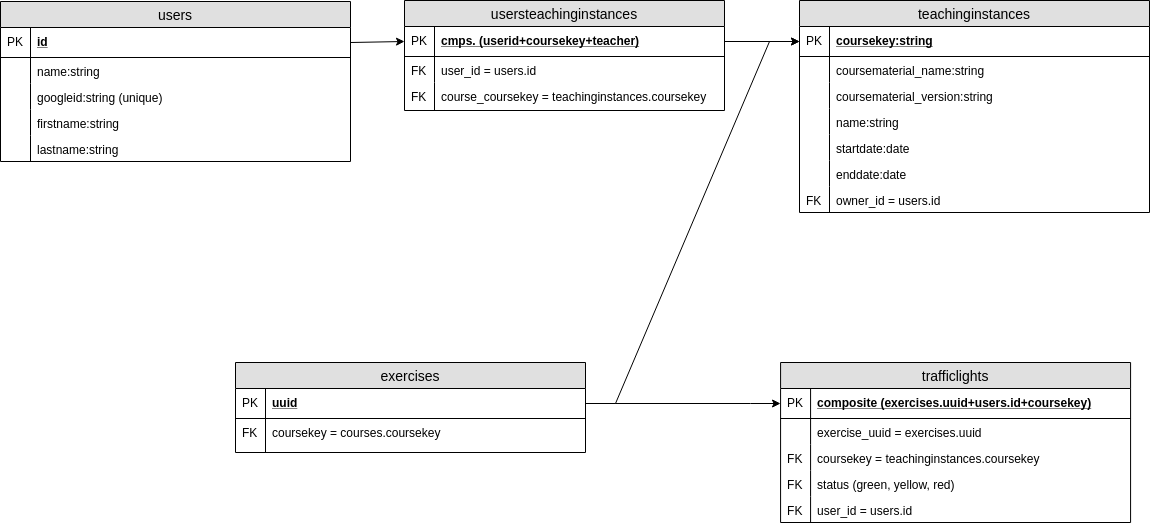
Before: readme_images/tietokanta.png, a diagram exported from draw.io (Matikkaprojekti/kisallioppiminen-backend). Source tidied: cells renumbered, new cells last; positions are measured from the earlier drawing's top-left corner, leaving out a move shared by most shapes.
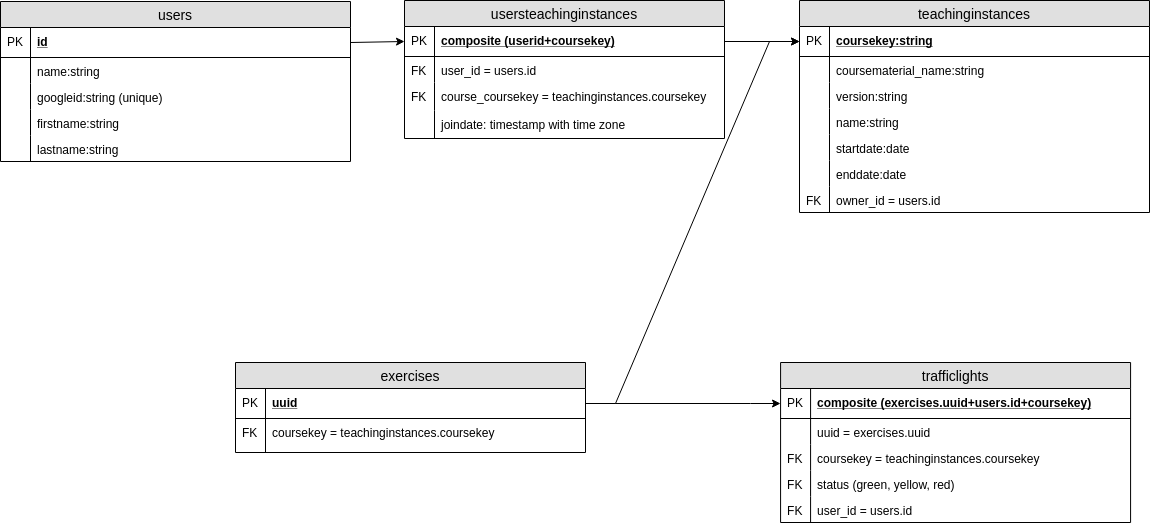
The same diagram one commit later.

What changed in the source:
```diff
@@ -17,7 +17,7 @@
     <mxCell id="6" style="shape=partialRectangle;top=0;left=0;bottom=0;fillColor=none;align=left;verticalAlign=top;spacingLeft=4;spacingRight=4;overflow=hidden;fontSize=12;" parent="5" vertex="1">
       <mxGeometry width="30" height="26" as="geometry" />
     </mxCell>
-    <mxCell id="7" value="coursematerial_version:string&#10;" style="shape=partialRectangle;top=0;left=0;right=0;bottom=0;align=left;verticalAlign=top;fillColor=none;spacingLeft=34;spacingRight=4;overflow=hidden;fontSize=12;" parent="2" vertex="1">
+    <mxCell id="7" value="version:string&#10;" style="shape=partialRectangle;top=0;left=0;right=0;bottom=0;align=left;verticalAlign=top;fillColor=none;spacingLeft=34;spacingRight=4;overflow=hidden;fontSize=12;" parent="2" vertex="1">
       <mxGeometry y="82" width="350" height="26" as="geometry" />
     </mxCell>
     <mxCell id="8" style="shape=partialRectangle;top=0;left=0;bottom=0;fillColor=none;align=left;verticalAlign=top;spacingLeft=4;spacingRight=4;overflow=hidden;fontSize=12;" parent="7" vertex="1">
@@ -56,7 +56,7 @@
     <mxCell id="19" value="PK" style="shape=partialRectangle;top=0;left=0;bottom=0;fillColor=none;align=left;verticalAlign=middle;spacingLeft=4;spacingRight=4;overflow=hidden;fontSize=12;" parent="18" vertex="1">
       <mxGeometry width="30" height="30" as="geometry" />
     </mxCell>
-    <mxCell id="20" value="exercise_uuid = exercises.uuid&#10;" style="shape=partialRectangle;top=0;left=0;right=0;bottom=0;align=left;verticalAlign=top;fillColor=none;spacingLeft=34;spacingRight=4;overflow=hidden;fontSize=12;" parent="17" vertex="1">
+    <mxCell id="20" value="uuid = exercises.uuid&#10;" style="shape=partialRectangle;top=0;left=0;right=0;bottom=0;align=left;verticalAlign=top;fillColor=none;spacingLeft=34;spacingRight=4;overflow=hidden;fontSize=12;" parent="17" vertex="1">
       <mxGeometry y="56" width="350" height="26" as="geometry" />
     </mxCell>
     <mxCell id="21" style="shape=partialRectangle;top=0;left=0;bottom=0;fillColor=none;align=left;verticalAlign=top;spacingLeft=4;spacingRight=4;overflow=hidden;fontSize=12;" parent="20" vertex="1">
@@ -114,9 +114,9 @@
       <mxGeometry width="30" height="26" as="geometry" />
     </mxCell>
     <mxCell id="39" value="usersteachinginstances" style="swimlane;fontStyle=0;horizontal=1;startSize=26;fillColor=#e0e0e0;swimlaneFillColor=#ffffff;align=center;fontSize=14;" parent="1" vertex="1">
-      <mxGeometry x="404" width="320" height="110" as="geometry" />
+      <mxGeometry x="404" width="320" height="138" as="geometry" />
     </mxCell>
-    <mxCell id="40" value="cmps. (userid+coursekey+teacher)" style="shape=partialRectangle;top=0;left=0;right=0;bottom=1;align=left;verticalAlign=middle;fillColor=none;spacingLeft=34;spacingRight=4;overflow=hidden;points=[[0,0.5],[1,0.5]];portConstraint=eastwest;fontStyle=5;fontSize=12;" parent="39" vertex="1">
+    <mxCell id="40" value="composite (userid+coursekey)" style="shape=partialRectangle;top=0;left=0;right=0;bottom=1;align=left;verticalAlign=middle;fillColor=none;spacingLeft=34;spacingRight=4;overflow=hidden;points=[[0,0.5],[1,0.5]];portConstraint=eastwest;fontStyle=5;fontSize=12;" parent="39" vertex="1">
       <mxGeometry y="26" width="320" height="30" as="geometry" />
     </mxCell>
     <mxCell id="41" value="PK" style="shape=partialRectangle;top=0;left=0;bottom=0;fillColor=none;align=left;verticalAlign=middle;spacingLeft=4;spacingRight=4;overflow=hidden;fontSize=12;" parent="40" vertex="1">
@@ -134,6 +134,12 @@
     <mxCell id="45" value="FK" style="shape=partialRectangle;top=0;left=0;bottom=0;fillColor=none;align=left;verticalAlign=top;spacingLeft=4;spacingRight=4;overflow=hidden;fontSize=12;" parent="44" vertex="1">
       <mxGeometry width="30" height="28" as="geometry" />
     </mxCell>
+    <mxCell id="55" value="joindate: timestamp with time zone" style="shape=partialRectangle;top=0;left=0;right=0;bottom=0;align=left;verticalAlign=top;fillColor=none;spacingLeft=34;spacingRight=4;overflow=hidden;fontSize=12;" parent="39" vertex="1">
+      <mxGeometry y="110" width="320" height="28" as="geometry" />
+    </mxCell>
+    <mxCell id="56" style="shape=partialRectangle;top=0;left=0;bottom=0;fillColor=none;align=left;verticalAlign=top;spacingLeft=4;spacingRight=4;overflow=hidden;fontSize=12;" parent="55" vertex="1">
+      <mxGeometry width="30" height="28" as="geometry" />
+    </mxCell>
     <mxCell id="46" value="exercises" style="swimlane;fontStyle=0;horizontal=1;startSize=26;fillColor=#e0e0e0;swimlaneFillColor=#ffffff;align=center;fontSize=14;" parent="1" vertex="1">
       <mxGeometry x="235" y="362" width="350" height="90" as="geometry" />
     </mxCell>
@@ -143,7 +149,7 @@
     <mxCell id="48" value="PK" style="shape=partialRectangle;top=0;left=0;bottom=0;fillColor=none;align=left;verticalAlign=middle;spacingLeft=4;spacingRight=4;overflow=hidden;fontSize=12;" parent="47" vertex="1">
       <mxGeometry width="30" height="30" as="geometry" />
     </mxCell>
-    <mxCell id="49" value="coursekey = courses.coursekey" style="shape=partialRectangle;top=0;left=0;right=0;bottom=0;align=left;verticalAlign=top;fillColor=none;spacingLeft=34;spacingRight=4;overflow=hidden;fontSize=12;" parent="46" vertex="1">
+    <mxCell id="49" value="coursekey = teachinginstances.coursekey" style="shape=partialRectangle;top=0;left=0;right=0;bottom=0;align=left;verticalAlign=top;fillColor=none;spacingLeft=34;spacingRight=4;overflow=hidden;fontSize=12;" parent="46" vertex="1">
       <mxGeometry y="56" width="350" height="34" as="geometry" />
     </mxCell>
     <mxCell id="50" value="FK" style="shape=partialRectangle;top=0;left=0;bottom=0;fillColor=none;align=left;verticalAlign=top;spacingLeft=4;spacingRight=4;overflow=hidden;fontSize=12;" parent="49" vertex="1">
```
